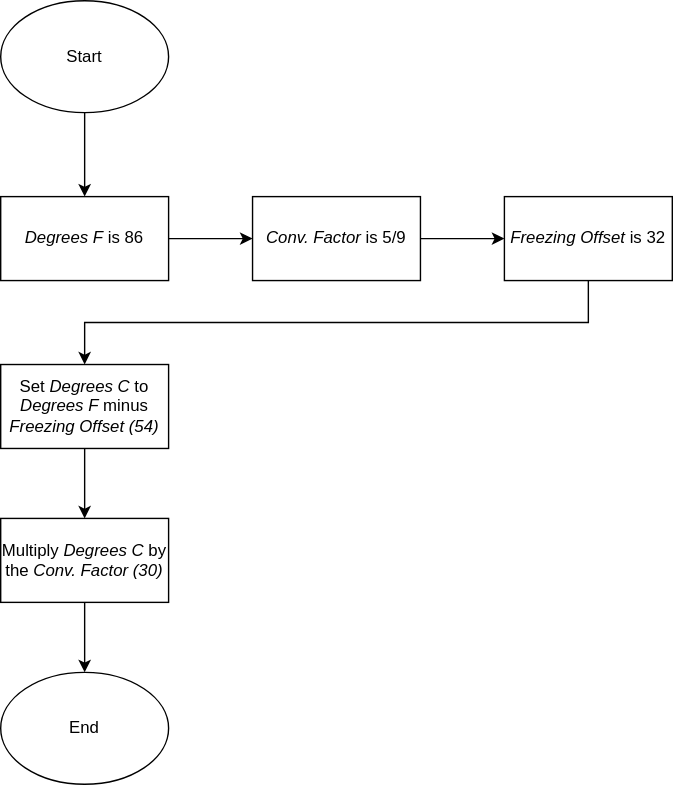
mpricamz/TechElevatorOpen keeps this draw.io diagram as Tech_Elevator_Variables.drawio.svg. Above is the earlier version. Source tidied: cells renumbered, new cells last; positions are measured from the earlier drawing's top-left corner, leaving out a move shared by most shapes.
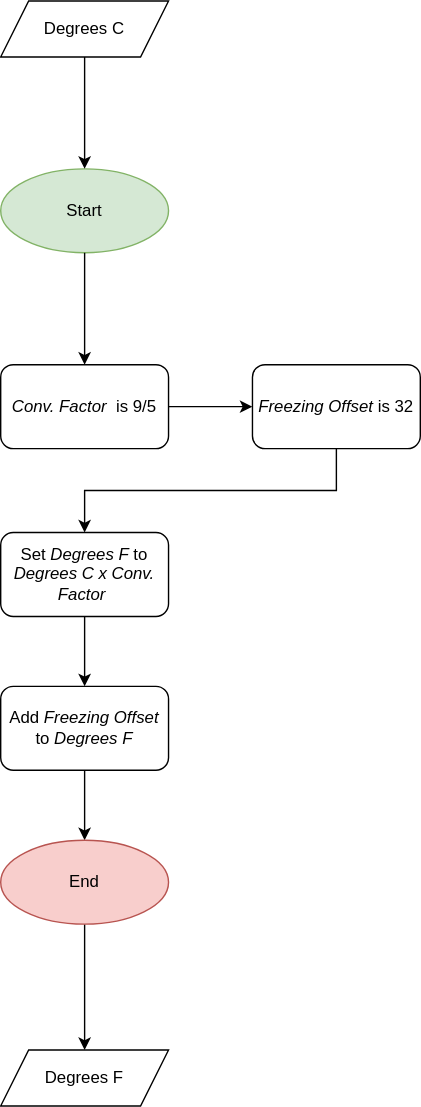
The same diagram one commit later.

What changed in the source:
```diff
@@ -2,44 +2,52 @@
   <root>
     <mxCell id="0" />
     <mxCell id="1" parent="0" />
-    <mxCell id="2" value="Start" style="ellipse;whiteSpace=wrap;html=1;" parent="1" vertex="1">
-      <mxGeometry width="120" height="80" as="geometry" />
+    <mxCell id="2" value="Start" style="ellipse;whiteSpace=wrap;html=1;fillColor=#d5e8d4;strokeColor=#82b366;" parent="1" vertex="1">
+      <mxGeometry width="120" height="60" as="geometry" />
     </mxCell>
-    <mxCell id="3" style="edgeStyle=orthogonalEdgeStyle;rounded=0;jettySize=auto;html=1;exitX=1;exitY=0.5;exitDx=0;exitDy=0;" parent="1" edge="1" source="4" target="7">
-      <mxGeometry relative="1" as="geometry" />
+    <mxCell id="3" style="edgeStyle=orthogonalEdgeStyle;rounded=0;jettySize=auto;html=1;exitX=1;exitY=0.5;exitDx=0;exitDy=0;" parent="1" edge="1" source="4">
+      <mxGeometry relative="1" as="geometry">
+        <mxPoint x="180" y="170" as="targetPoint" />
+      </mxGeometry>
     </mxCell>
-    <mxCell id="4" value="&lt;i&gt;Degrees F&lt;/i&gt; is 86" style="rounded=0;whiteSpace=wrap;html=1;" parent="1" vertex="1">
+    <mxCell id="4" value="&lt;i&gt;Conv. Factor&amp;nbsp; &lt;/i&gt;is 9/5" style="&lt;mxGraphModel&gt;&lt;root&gt;&lt;mxCell id=&quot;0&quot;/&gt;&lt;mxCell id=&quot;1&quot; parent=&quot;0&quot;/&gt;&lt;mxCell id=&quot;2&quot; value=&quot;&quot; style=&quot;rounded=1;whiteSpace=wrap;html=1;&quot; vertex=&quot;1&quot; parent=&quot;1&quot;&gt;&lt;mxGeometry x=&quot;360&quot; y=&quot;530&quot; width=&quot;120&quot; height=&quot;60&quot; as=&quot;geometry&quot;/&gt;&lt;/mxCell&gt;&lt;/root&gt;&lt;/mxGraphModel&gt;;rounded=1;" parent="1" vertex="1">
       <mxGeometry y="140" width="120" height="60" as="geometry" />
     </mxCell>
     <mxCell id="5" style="endArrow=classic;html=1;rounded=0;exitX=0.5;exitY=1;exitDx=0;exitDy=0;entryX=0.5;entryY=0;entryDx=0;entryDy=0;" parent="1" edge="1" source="2" target="4">
       <mxGeometry relative="1" as="geometry" />
     </mxCell>
-    <mxCell id="6" style="edgeStyle=orthogonalEdgeStyle;rounded=0;jettySize=auto;html=1;exitX=1;exitY=0.5;exitDx=0;exitDy=0;entryX=0;entryY=0.5;entryDx=0;entryDy=0;" parent="1" edge="1" source="7" target="9">
-      <mxGeometry relative="1" as="geometry" />
-    </mxCell>
-    <mxCell id="7" value="&lt;i&gt;Conv. Factor&lt;/i&gt; is 5/9" style="rounded=0;whiteSpace=wrap;html=1;" parent="1" vertex="1">
-      <mxGeometry x="180" y="140" width="120" height="60" as="geometry" />
-    </mxCell>
     <mxCell id="8" style="edgeStyle=orthogonalEdgeStyle;rounded=0;jettySize=auto;html=1;exitX=0.5;exitY=1;exitDx=0;exitDy=0;entryX=0.5;entryY=0;entryDx=0;entryDy=0;" parent="1" edge="1" source="9" target="11">
       <mxGeometry relative="1" as="geometry" />
     </mxCell>
-    <mxCell id="9" value="&lt;i&gt;Freezing Offset&lt;/i&gt; is 32" style="rounded=0;whiteSpace=wrap;html=1;" parent="1" vertex="1">
-      <mxGeometry x="360" y="140" width="120" height="60" as="geometry" />
+    <mxCell id="9" value="&lt;i&gt;Freezing Offset&lt;/i&gt; is 32" style="rounded=1;whiteSpace=wrap;html=1;" parent="1" vertex="1">
+      <mxGeometry x="180" y="140" width="120" height="60" as="geometry" />
     </mxCell>
     <mxCell id="10" style="edgeStyle=orthogonalEdgeStyle;rounded=0;jettySize=auto;html=1;exitX=0.5;exitY=1;exitDx=0;exitDy=0;" parent="1" edge="1" source="11" target="13">
       <mxGeometry relative="1" as="geometry" />
     </mxCell>
-    <mxCell id="11" value="Set &lt;i&gt;Degrees C&lt;/i&gt; to &lt;i&gt;Degrees F&lt;/i&gt;&amp;nbsp;minus &lt;i&gt;Freezing Offset&lt;/i&gt;&amp;nbsp;&lt;i&gt;(54)&lt;/i&gt;" style="rounded=0;whiteSpace=wrap;html=1;" parent="1" vertex="1">
+    <mxCell id="11" value="Set &lt;i&gt;Degrees F&lt;/i&gt;&amp;nbsp;to &lt;i&gt;Degrees C x Conv. Factor&amp;nbsp;&lt;/i&gt;" style="rounded=1;whiteSpace=wrap;html=1;" parent="1" vertex="1">
       <mxGeometry y="260" width="120" height="60" as="geometry" />
     </mxCell>
     <mxCell id="12" style="edgeStyle=orthogonalEdgeStyle;rounded=0;jettySize=auto;html=1;exitX=0.5;exitY=1;exitDx=0;exitDy=0;entryX=0.5;entryY=0;entryDx=0;entryDy=0;" parent="1" edge="1" source="13" target="14">
       <mxGeometry relative="1" as="geometry" />
     </mxCell>
-    <mxCell id="13" value="Multiply &lt;i&gt;Degrees C &lt;/i&gt;by the &lt;i&gt;Conv. Factor (30)&lt;/i&gt;" style="rounded=0;whiteSpace=wrap;html=1;" parent="1" vertex="1">
+    <mxCell id="13" value="Add &lt;i&gt;Freezing Offset&lt;/i&gt; to &lt;i&gt;Degrees F&lt;/i&gt;" style="rounded=1;whiteSpace=wrap;html=1;" parent="1" vertex="1">
       <mxGeometry y="370" width="120" height="60" as="geometry" />
     </mxCell>
+    <mxCell id="15" style="edgeStyle=orthogonalEdgeStyle;rounded=0;jettySize=auto;html=1;entryX=0.5;entryY=0;entryDx=0;entryDy=0;" parent="1" edge="1" source="14" target="18">
+      <mxGeometry relative="1" as="geometry" />
+    </mxCell>
-    <mxCell id="14" value="End" style="ellipse;whiteSpace=wrap;html=1;" parent="1" vertex="1">
-      <mxGeometry y="480" width="120" height="80" as="geometry" />
+    <mxCell id="14" value="End" style="ellipse;whiteSpace=wrap;html=1;fillColor=#f8cecc;strokeColor=#b85450;" parent="1" vertex="1">
+      <mxGeometry y="480" width="120" height="60" as="geometry" />
     </mxCell>
+    <mxCell id="16" style="edgeStyle=orthogonalEdgeStyle;rounded=0;jettySize=auto;html=1;entryX=0.5;entryY=0;entryDx=0;entryDy=0;" parent="1" edge="1" source="17" target="2">
+      <mxGeometry relative="1" as="geometry" />
+    </mxCell>
+    <mxCell id="17" value="Degrees C" style="shape=parallelogram;perimeter=parallelogramPerimeter;whiteSpace=wrap;html=1;fixedSize=1;" parent="1" vertex="1">
+      <mxGeometry y="-120" width="120" height="40" as="geometry" />
+    </mxCell>
+    <mxCell id="18" value="Degrees F" style="shape=parallelogram;perimeter=parallelogramPerimeter;whiteSpace=wrap;html=1;fixedSize=1;" parent="1" vertex="1">
+      <mxGeometry y="630" width="120" height="40" as="geometry" />
+    </mxCell>
   </root>
 </mxGraphModel>
```
